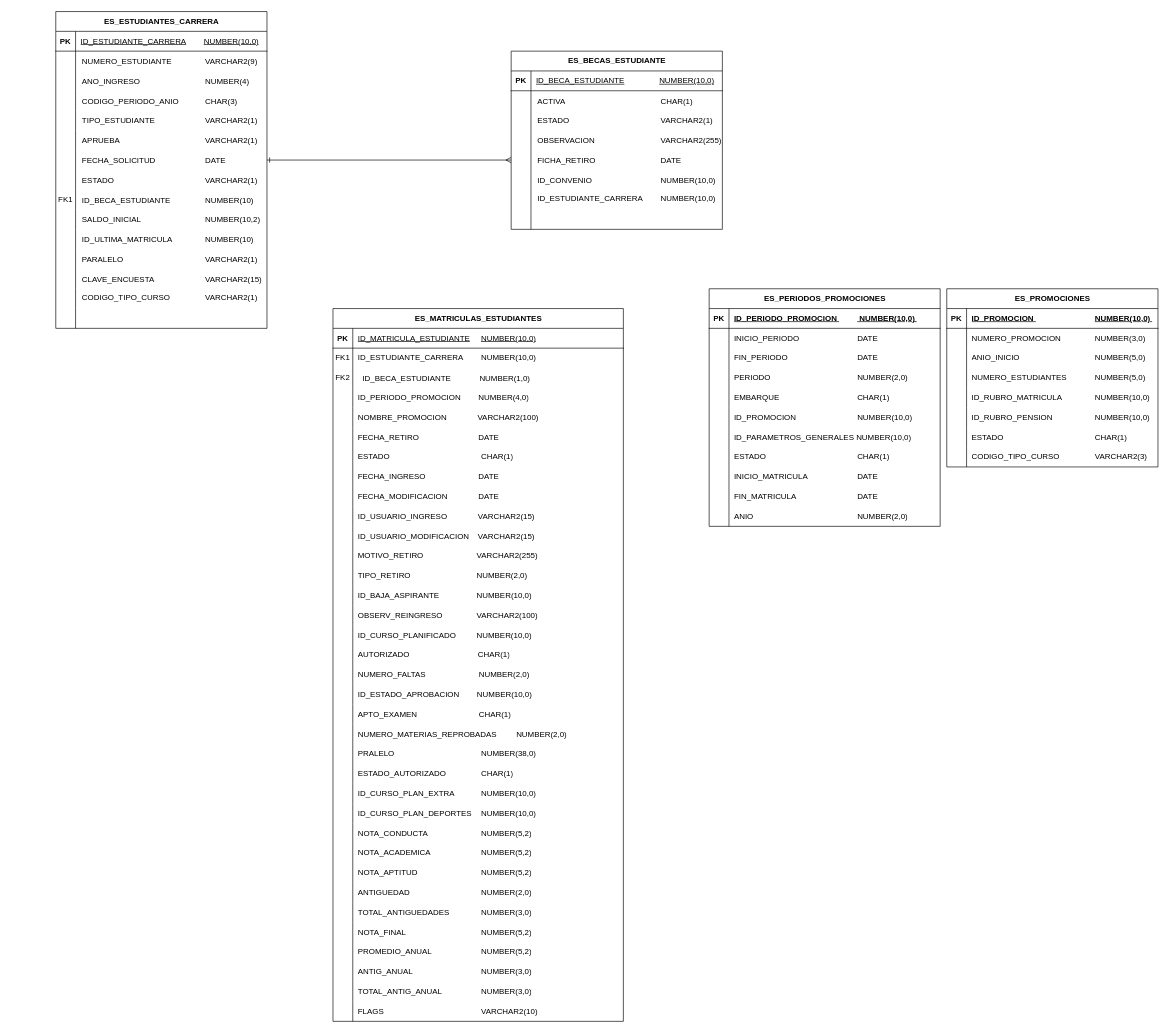
EZambranoFx/DIAGRAMAS keeps this draw.io diagram as ESMENA.drawio. Above is the earlier version. Source tidied: cells renumbered, new cells numbered last; positions are measured from the earlier drawing's top-left corner, leaving out a move shared by most shapes. Both pictures are drawn from the tidied source at 66%, with x=0, y=0 at pixel (55, 11).
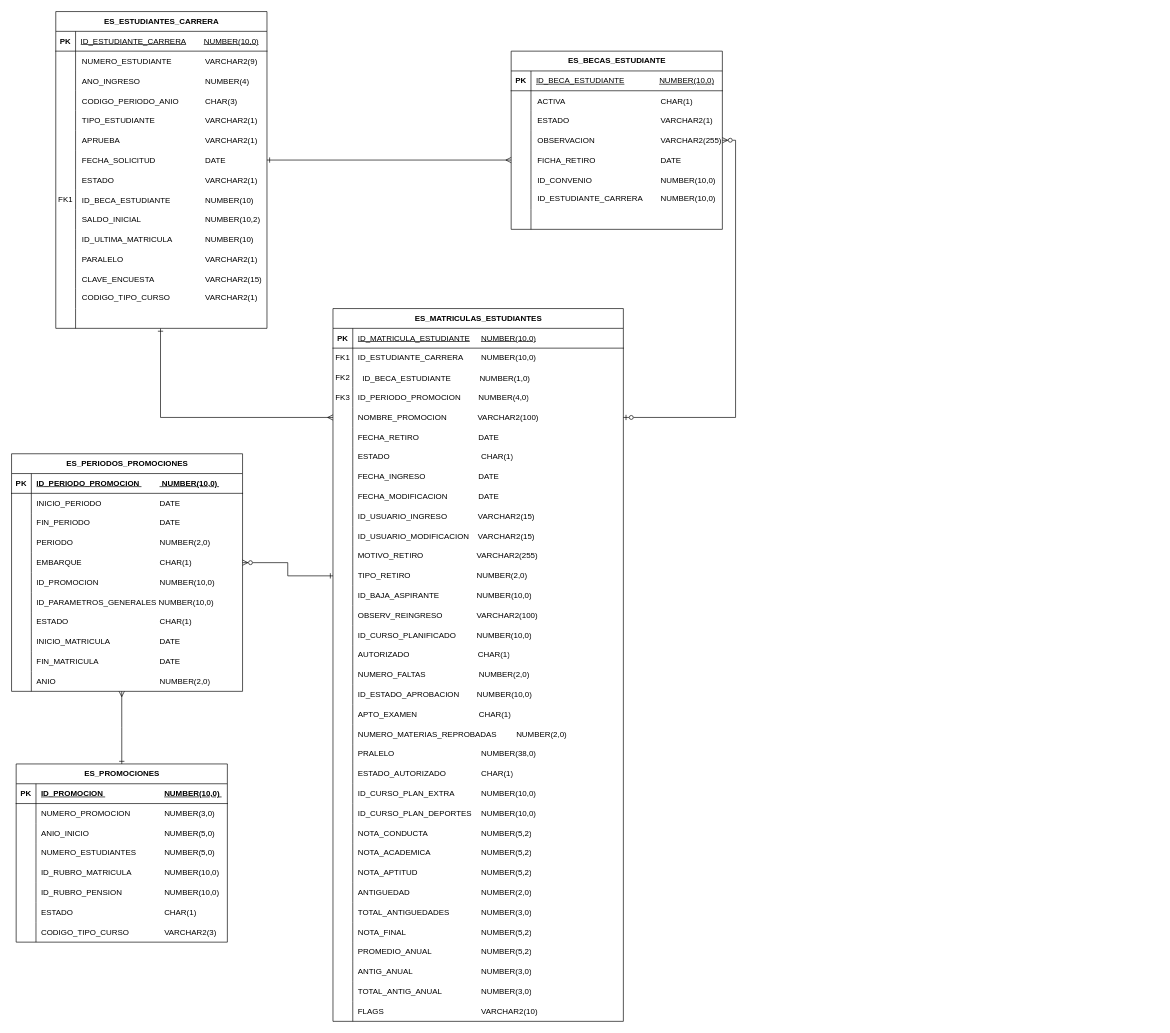
After the change.

The change refers to these unchanged cells:
```xml
<mxCell id="45" style="shape=tableRow;horizontal=0;startSize=0;swimlaneHead=0;swimlaneBody=0;fillColor=none;points=[[0,0.5],[1,0.5]];portConstraint=eastwest;top=0;left=0;right=0;bottom=0;" parent="2" vertex="1">
  <mxGeometry y="450" width="320" height="30" as="geometry" />
</mxCell>
<mxCell id="58" style="shape=tableRow;horizontal=0;startSize=0;swimlaneHead=0;swimlaneBody=0;fillColor=none;points=[[0,0.5],[1,0.5]];portConstraint=eastwest;top=0;left=0;right=0;bottom=0;" parent="48" vertex="1">
  <mxGeometry y="120" width="320" height="30" as="geometry" />
</mxCell>
<mxCell id="84" style="shape=tableRow;horizontal=0;startSize=0;swimlaneHead=0;swimlaneBody=0;fillColor=none;top=0;left=0;right=0;bottom=0;" parent="74" vertex="1">
  <mxGeometry y="120" width="440" height="30" as="geometry" />
</mxCell>
<mxCell id="87" style="shape=tableRow;horizontal=0;startSize=0;swimlaneHead=0;swimlaneBody=0;fillColor=none;points=[[0,0.5],[1,0.5]];portConstraint=eastwest;top=0;left=0;right=0;bottom=0;" parent="74" vertex="1">
  <mxGeometry y="150" width="440" height="30" as="geometry" />
</mxCell>
<mxCell id="111" style="shape=tableRow;horizontal=0;startSize=0;swimlaneHead=0;swimlaneBody=0;fillColor=none;points=[[0,0.5],[1,0.5]];portConstraint=eastwest;top=0;left=0;right=0;bottom=0;" parent="74" vertex="1">
  <mxGeometry y="390" width="440" height="30" as="geometry" />
</mxCell>
<mxCell id="193" style="shape=tableRow;horizontal=0;startSize=0;swimlaneHead=0;swimlaneBody=0;fillColor=none;points=[[0,0.5],[1,0.5]];portConstraint=eastwest;top=0;left=0;right=0;bottom=0;" parent="180" vertex="1">
  <mxGeometry y="150" width="350" height="30" as="geometry" />
</mxCell>
<mxCell id="211" style="shape=tableRow;horizontal=0;startSize=0;swimlaneHead=0;swimlaneBody=0;fillColor=none;points=[[0,0.5],[1,0.5]];portConstraint=eastwest;top=0;left=0;right=0;bottom=0;" parent="180" vertex="1">
  <mxGeometry y="330" width="350" height="30" as="geometry" />
</mxCell>
```

What changed in the source:
```diff
@@
-    <mxCell id="85" style="shape=partialRectangle;fillColor=none;top=0;left=0;bottom=0;right=0;overflow=hidden;whiteSpace=wrap;html=1;" parent="84" vertex="1">
+    <mxCell id="85" value="FK3" style="shape=partialRectangle;fillColor=none;top=0;left=0;bottom=0;right=0;overflow=hidden;whiteSpace=wrap;html=1;" parent="84" vertex="1">
       <mxGeometry width="30" height="30" as="geometry" />
     </mxCell>
@@
     <mxCell id="180" value="ES_PERIODOS_PROMOCIONES" style="shape=table;startSize=30;childLayout=tableLayout;rowLines=0;fontStyle=1;align=center;html=1;" parent="1" vertex="1">
-      <mxGeometry x="990" y="420" width="350" height="360" as="geometry" />
+      <mxGeometry x="-67" y="670" width="350" height="360" as="geometry" />
     </mxCell>
@@
     <mxCell id="214" value="ES_PROMOCIONES" style="shape=table;startSize=30;childLayout=tableLayout;rowLines=0;fontStyle=1;align=center;html=1;" parent="1" vertex="1">
-      <mxGeometry x="1350" y="420" width="320" height="270" as="geometry" />
+      <mxGeometry x="-60" y="1140" width="320" height="270" as="geometry" />
     </mxCell>
@@
+    <mxCell id="239" style="edgeStyle=orthogonalEdgeStyle;rounded=0;jettySize=auto;html=1;exitX=0.5;exitY=0;exitDx=0;exitDy=0;entryX=0.477;entryY=1;entryDx=0;entryDy=0;entryPerimeter=0;endArrow=ERmany;endFill=0;startArrow=ERone;startFill=0;" parent="1" edge="1" source="214" target="211">
+      <mxGeometry relative="1" as="geometry" />
+    </mxCell>
+    <mxCell id="240" style="edgeStyle=orthogonalEdgeStyle;rounded=0;jettySize=auto;html=1;exitX=0;exitY=0.5;exitDx=0;exitDy=0;entryX=0.496;entryY=1.011;entryDx=0;entryDy=0;entryPerimeter=0;endArrow=ERone;endFill=0;startArrow=ERmany;startFill=0;" parent="1" edge="1" source="87" target="45">
+      <mxGeometry relative="1" as="geometry" />
+    </mxCell>
+    <mxCell id="241" style="edgeStyle=orthogonalEdgeStyle;rounded=0;jettySize=auto;html=1;exitX=1;exitY=0.5;exitDx=0;exitDy=0;entryX=1;entryY=0.5;entryDx=0;entryDy=0;startArrow=ERzeroToOne;startFill=0;endArrow=ERzeroToMany;endFill=0;" parent="1" edge="1" source="87" target="58">
+      <mxGeometry relative="1" as="geometry" />
+    </mxCell>
+    <mxCell id="242" style="edgeStyle=orthogonalEdgeStyle;rounded=0;jettySize=auto;html=1;exitX=1;exitY=0.5;exitDx=0;exitDy=0;entryX=0;entryY=0.5;entryDx=0;entryDy=0;endArrow=ERone;endFill=0;startArrow=ERzeroToMany;startFill=0;" parent="1" edge="1" source="193" target="111">
+      <mxGeometry relative="1" as="geometry" />
+    </mxCell>
```
